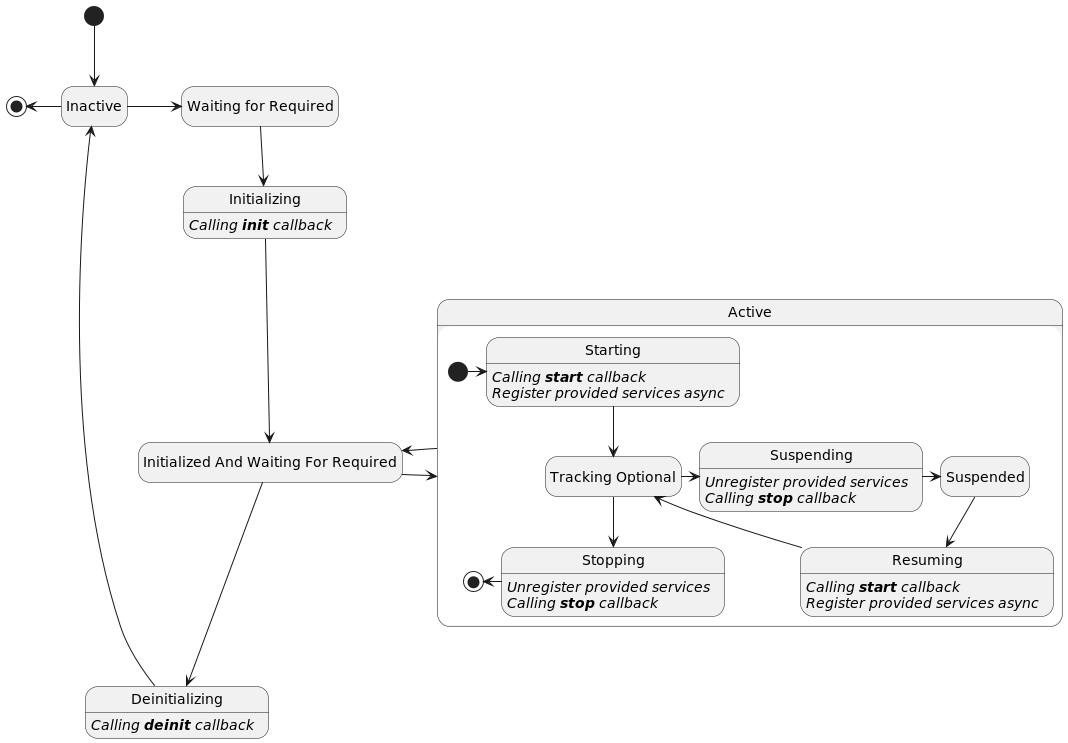
The PlantUML diagram documents/diagrams/component_lifecycle.png in apache/celix, before a commit.
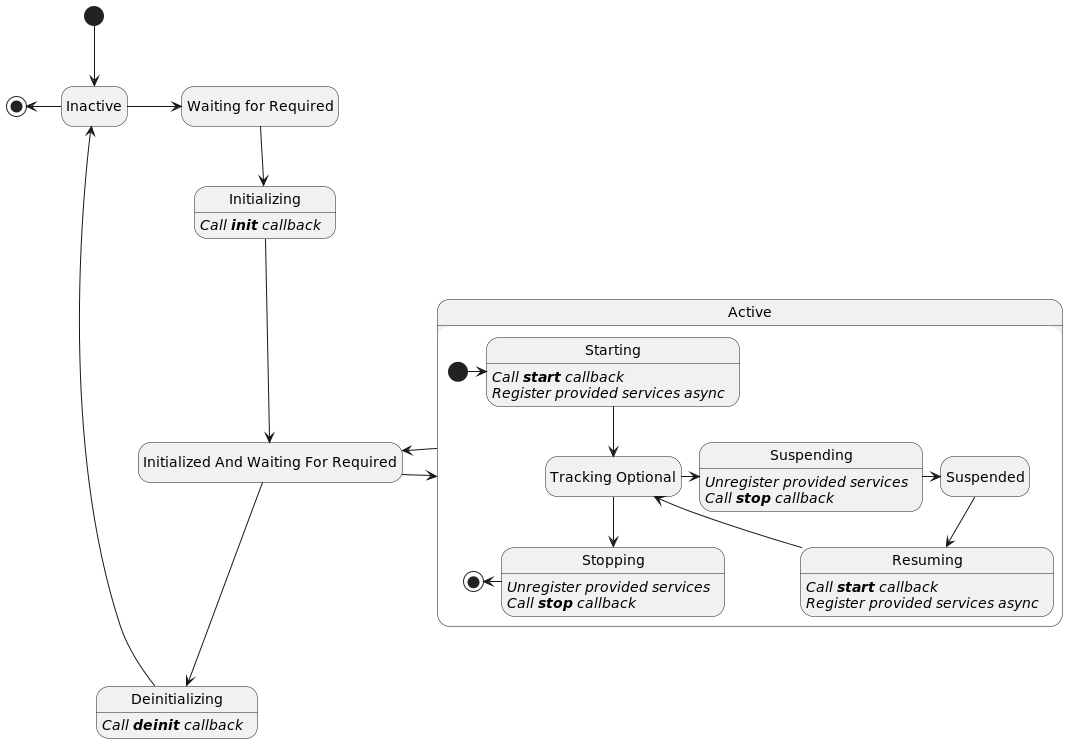
Above is the later version.

Diff of the diagram source:
```diff
@@ -27,15 +27,15 @@
 Initialized -down-> Deinitializing
 Deinitializing -down-> Inactive
 
-Initializing:   <i>Calling <b>init</b> callback</i>
-Starting:       <i>Calling <b>start</b> callback</i>
+Initializing:   <i>Call <b>init</b> callback</i>
+Starting:       <i>Call <b>start</b> callback</i>
 Starting:       <i>Register provided services async</i>
 Stopping:       <i>Unregister provided services</i>
-Stopping:       <i>Calling <b>stop</b> callback</i>
-Deinitializing: <i>Calling <b>deinit</b> callback</i>
+Stopping:       <i>Call <b>stop</b> callback</i>
+Deinitializing: <i>Call <b>deinit</b> callback</i>
 Suspending:     <i>Unregister provided services</i>
-Suspending:     <i>Calling <b>stop</b> callback</i>
-Resuming:       <i>Calling <b>start</b> callback</i>
+Suspending:     <i>Call <b>stop</b> callback</i>
+Resuming:       <i>Call <b>start</b> callback</i>
 Resuming:       <i>Register provided services async</i>
 
 @enduml
```
